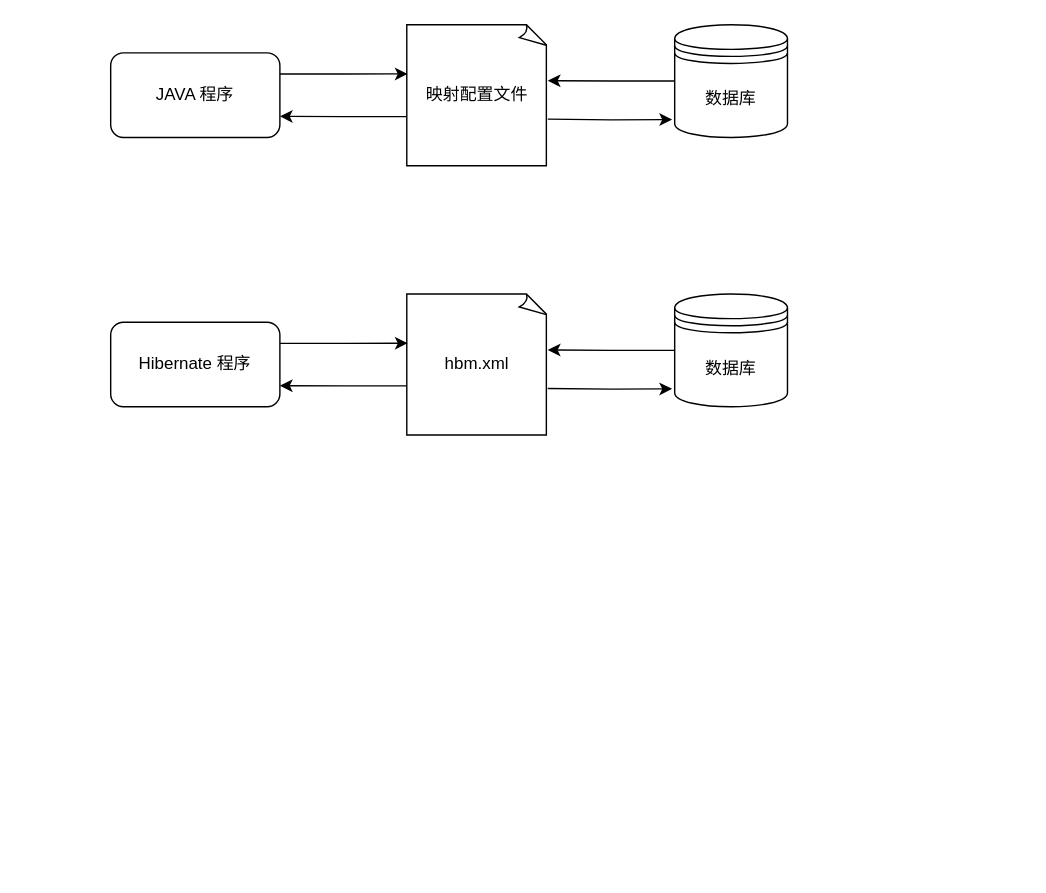
Before: Mybatis.drawio in C-wx/MindManager, a draw.io diagram. Source tidied: cells renumbered, new cells numbered last; positions are measured from the earlier drawing's top-left corner, leaving out a move shared by most shapes. Both pictures are drawn from the tidied source at 141%, with x=0, y=0 at pixel (110, 24).
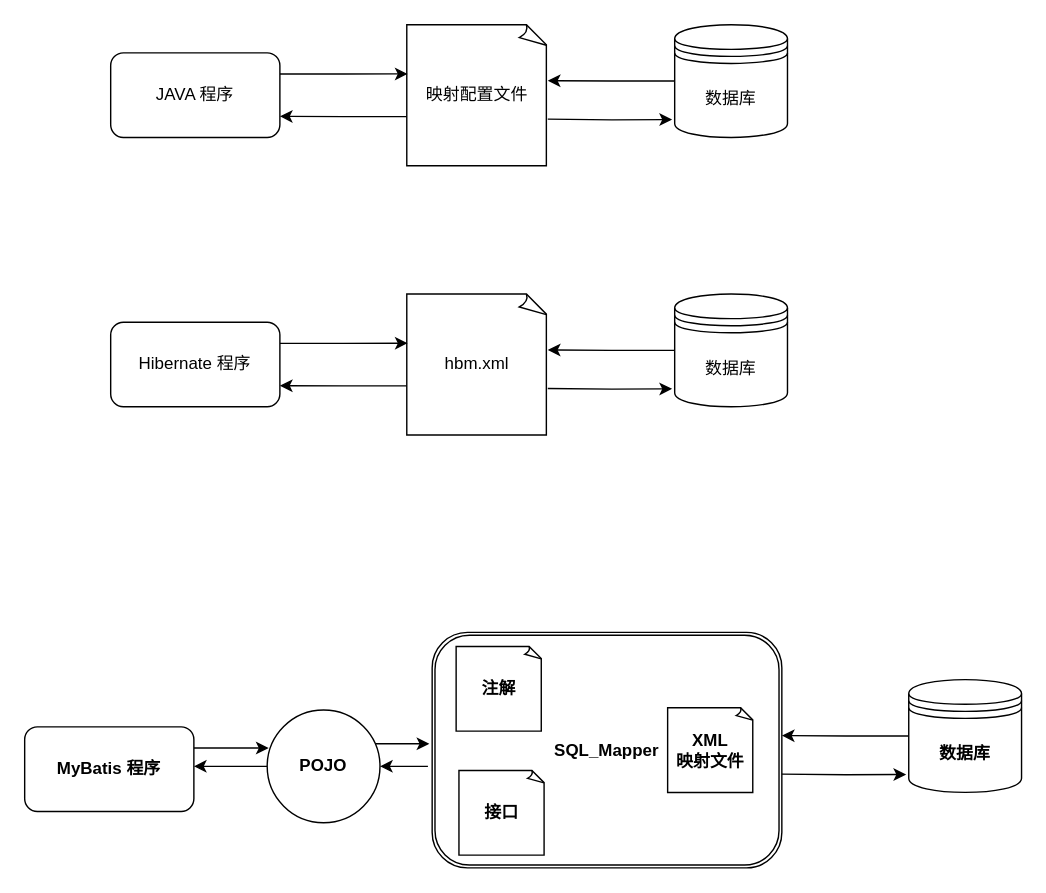
The same diagram, later.

What changed in the source:
```diff
@@
+    <mxCell id="16" style="edgeStyle=orthogonalEdgeStyle;rounded=0;jettySize=auto;html=1;exitX=1;exitY=0.25;exitDx=0;exitDy=0;entryX=0.013;entryY=0.338;entryDx=0;entryDy=0;entryPerimeter=0;fontStyle=1;" parent="1" edge="1" source="17" target="19">
+      <mxGeometry relative="1" as="geometry" />
+    </mxCell>
+    <mxCell id="17" value="MyBatis&amp;nbsp;程序" style="rounded=1;whiteSpace=wrap;html=1;fontStyle=1;" parent="1" vertex="1">
+      <mxGeometry x="-61" y="498" width="120" height="60" as="geometry" />
+    </mxCell>
+    <mxCell id="18" style="edgeStyle=orthogonalEdgeStyle;rounded=0;jettySize=auto;html=1;exitX=0;exitY=0.5;exitDx=0;exitDy=0;entryX=1;entryY=0.467;entryDx=0;entryDy=0;entryPerimeter=0;fontStyle=1;" parent="1" edge="1" source="19" target="17">
+      <mxGeometry relative="1" as="geometry" />
+    </mxCell>
+    <mxCell id="19" value="POJO" style="ellipse;whiteSpace=wrap;html=1;fontStyle=1;" parent="1" vertex="1">
+      <mxGeometry x="111" y="486" width="80" height="80" as="geometry" />
+    </mxCell>
+    <mxCell id="20" value="SQL_Mapper" style="shape=ext;double=1;rounded=1;whiteSpace=wrap;html=1;fontStyle=1;" parent="1" vertex="1">
+      <mxGeometry x="228" y="431" width="248" height="167" as="geometry" />
+    </mxCell>
+    <mxCell id="21" value="注解" style="whiteSpace=wrap;html=1;shape=mxgraph.basic.document;fontStyle=1;" parent="1" vertex="1">
+      <mxGeometry x="245" y="441" width="61" height="60" as="geometry" />
+    </mxCell>
+    <mxCell id="22" value="接口" style="whiteSpace=wrap;html=1;shape=mxgraph.basic.document;fontStyle=1;" parent="1" vertex="1">
+      <mxGeometry x="247" y="529" width="61" height="60" as="geometry" />
+    </mxCell>
+    <mxCell id="23" value="XML&lt;br&gt;映射文件" style="whiteSpace=wrap;html=1;shape=mxgraph.basic.document;fontStyle=1;" parent="1" vertex="1">
+      <mxGeometry x="395" y="484.5" width="61" height="60" as="geometry" />
+    </mxCell>
+    <mxCell id="24" style="edgeStyle=orthogonalEdgeStyle;rounded=0;jettySize=auto;html=1;exitX=0;exitY=0.5;exitDx=0;exitDy=0;entryX=1;entryY=0.397;entryDx=0;entryDy=0;entryPerimeter=0;fontStyle=1;" parent="1" edge="1" source="25">
+      <mxGeometry relative="1" as="geometry">
+        <mxPoint x="476" y="504.2" as="targetPoint" />
+      </mxGeometry>
+    </mxCell>
+    <mxCell id="25" value="数据库" style="shape=datastore;whiteSpace=wrap;html=1;fontStyle=1;" parent="1" vertex="1">
+      <mxGeometry x="566" y="464.5" width="80" height="80" as="geometry" />
+    </mxCell>
+    <mxCell id="26" style="edgeStyle=orthogonalEdgeStyle;rounded=0;jettySize=auto;html=1;entryX=-0.023;entryY=0.841;entryDx=0;entryDy=0;entryPerimeter=0;fontStyle=1;" parent="1" edge="1" target="25">
+      <mxGeometry relative="1" as="geometry">
+        <mxPoint x="476" y="531.5" as="sourcePoint" />
+      </mxGeometry>
+    </mxCell>
+    <mxCell id="27" style="edgeStyle=orthogonalEdgeStyle;rounded=0;orthogonalLoop=1;jettySize=auto;html=1;entryX=1;entryY=0.467;entryDx=0;entryDy=0;entryPerimeter=0;fontStyle=1;" parent="1" edge="1">
+      <mxGeometry relative="1" as="geometry">
+        <mxPoint x="225" y="526" as="sourcePoint" />
+        <mxPoint x="191" y="525.7" as="targetPoint" />
+      </mxGeometry>
+    </mxCell>
+    <mxCell id="28" style="edgeStyle=orthogonalEdgeStyle;rounded=0;orthogonalLoop=1;jettySize=auto;html=1;fontStyle=1;" parent="1" edge="1">
+      <mxGeometry relative="1" as="geometry">
+        <mxPoint x="188" y="510" as="sourcePoint" />
+        <mxPoint x="226" y="510" as="targetPoint" />
+      </mxGeometry>
+    </mxCell>
```
